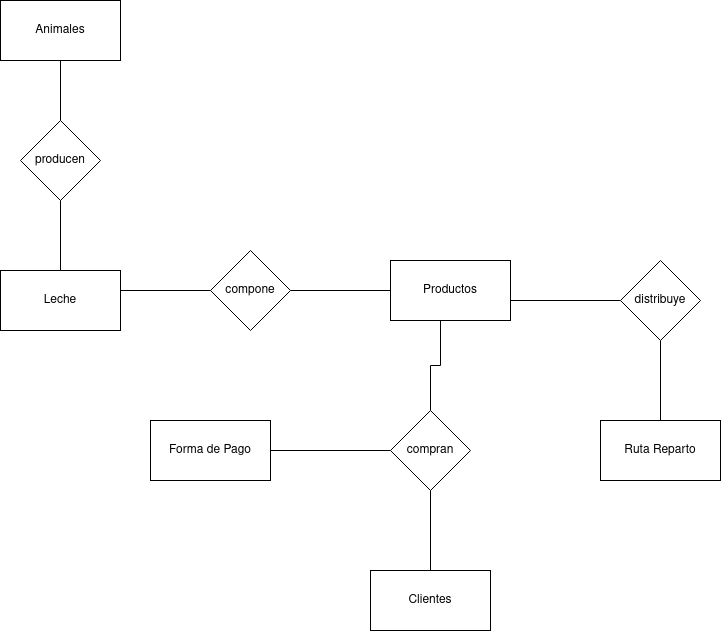
This is diagramas/granjaApp.drawio.png from JoseMariaRuizDAM/PGL_JoseMa, a draw.io export, as it was before one commit. Source tidied: cells renumbered, new cells last; positions are measured from the earlier drawing's top-left corner, leaving out a move shared by most shapes.
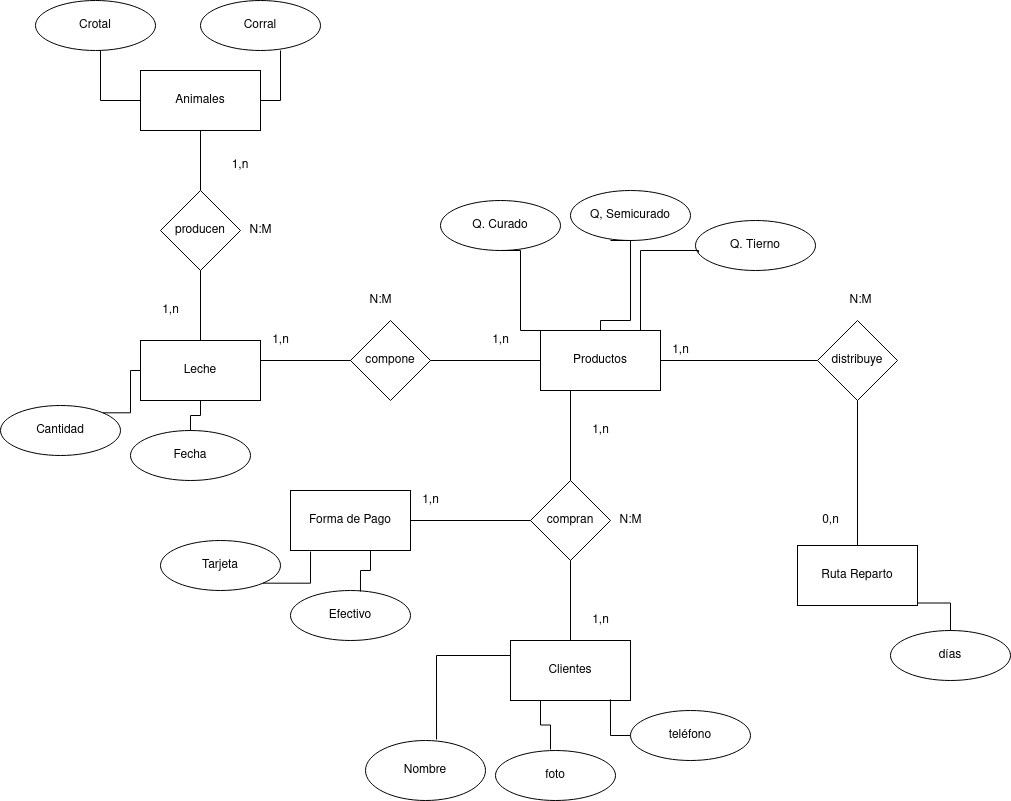
Above is the later version.

Diff of the diagram source:
```diff
@@ -8,8 +8,11 @@
     <mxCell id="3" value="Leche" style="rounded=0;whiteSpace=wrap;html=1;" parent="1" vertex="1">
       <mxGeometry y="270" width="120" height="60" as="geometry" />
     </mxCell>
+    <mxCell id="21" style="edgeStyle=orthogonalEdgeStyle;rounded=0;jettySize=auto;html=1;exitX=1;exitY=0.5;exitDx=0;exitDy=0;endArrow=none;endFill=0;" parent="1" edge="1" source="4" target="11">
+      <mxGeometry relative="1" as="geometry" />
+    </mxCell>
     <mxCell id="4" value="Productos" style="rounded=0;whiteSpace=wrap;html=1;" parent="1" vertex="1">
-      <mxGeometry x="390" y="260" width="120" height="60" as="geometry" />
+      <mxGeometry x="400" y="260" width="120" height="60" as="geometry" />
     </mxCell>
     <mxCell id="5" value="Clientes" style="rounded=0;whiteSpace=wrap;html=1;" parent="1" vertex="1">
       <mxGeometry x="370" y="570" width="120" height="60" as="geometry" />
@@ -18,7 +21,7 @@
       <mxGeometry x="150" y="420" width="120" height="60" as="geometry" />
     </mxCell>
     <mxCell id="7" value="Ruta Reparto" style="rounded=0;whiteSpace=wrap;html=1;" parent="1" vertex="1">
-      <mxGeometry x="600" y="420" width="120" height="60" as="geometry" />
+      <mxGeometry x="657" y="475" width="120" height="60" as="geometry" />
     </mxCell>
     <mxCell id="8" value="producen" style="rhombus;whiteSpace=wrap;html=1;" parent="1" vertex="1">
       <mxGeometry x="20" y="120" width="80" height="80" as="geometry" />
@@ -29,8 +32,11 @@
     <mxCell id="10" value="compran" style="rhombus;whiteSpace=wrap;html=1;" parent="1" vertex="1">
       <mxGeometry x="390" y="410" width="80" height="80" as="geometry" />
     </mxCell>
+    <mxCell id="22" style="edgeStyle=orthogonalEdgeStyle;rounded=0;jettySize=auto;html=1;exitX=0.5;exitY=1;exitDx=0;exitDy=0;endArrow=none;endFill=0;" parent="1" edge="1" source="11" target="7">
+      <mxGeometry relative="1" as="geometry" />
+    </mxCell>
     <mxCell id="11" value="distribuye" style="rhombus;whiteSpace=wrap;html=1;" parent="1" vertex="1">
-      <mxGeometry x="620" y="260" width="80" height="80" as="geometry" />
+      <mxGeometry x="677" y="250" width="80" height="80" as="geometry" />
     </mxCell>
     <mxCell id="12" style="endArrow=none;html=1;rounded=0;edgeStyle=orthogonalEdgeStyle;" parent="1" edge="1" source="8">
       <mxGeometry relative="1" as="geometry">
@@ -47,19 +53,15 @@
         <mxPoint x="120" y="290" as="targetPoint" />
       </mxGeometry>
     </mxCell>
-    <mxCell id="15" style="endArrow=none;html=1;rounded=0;edgeStyle=orthogonalEdgeStyle;exitX=1;exitY=0.5;exitDx=0;exitDy=0;" parent="1" edge="1" source="9">
-      <mxGeometry relative="1" as="geometry">
-        <mxPoint x="390" y="290" as="targetPoint" />
-      </mxGeometry>
+    <mxCell id="15" style="endArrow=none;html=1;rounded=0;edgeStyle=orthogonalEdgeStyle;exitX=1;exitY=0.5;exitDx=0;exitDy=0;entryX=0;entryY=0.5;entryDx=0;entryDy=0;" parent="1" edge="1" source="9" target="4">
+      <mxGeometry relative="1" as="geometry" />
     </mxCell>
-    <mxCell id="16" style="endArrow=none;html=1;rounded=0;edgeStyle=orthogonalEdgeStyle;" parent="1" edge="1" target="11">
-      <mxGeometry relative="1" as="geometry">
-        <mxPoint x="510" y="300" as="sourcePoint" />
-      </mxGeometry>
-    </mxCell>
     <mxCell id="17" style="endArrow=none;html=1;rounded=0;edgeStyle=orthogonalEdgeStyle;" parent="1" edge="1" source="10">
       <mxGeometry relative="1" as="geometry">
         <mxPoint x="440" y="320" as="targetPoint" />
+        <Array as="points">
+          <mxPoint x="430" y="320" />
+        </Array>
       </mxGeometry>
     </mxCell>
     <mxCell id="18" style="endArrow=none;html=1;rounded=0;edgeStyle=orthogonalEdgeStyle;" parent="1" edge="1" target="10">
@@ -70,10 +72,154 @@
     <mxCell id="19" style="endArrow=none;html=1;rounded=0;edgeStyle=orthogonalEdgeStyle;exitX=0.5;exitY=1;exitDx=0;exitDy=0;" parent="1" edge="1" source="10" target="5">
       <mxGeometry relative="1" as="geometry" />
     </mxCell>
-    <mxCell id="20" style="endArrow=none;html=1;rounded=0;edgeStyle=orthogonalEdgeStyle;" parent="1" edge="1" source="7">
-      <mxGeometry relative="1" as="geometry">
-        <mxPoint x="660" y="340" as="targetPoint" />
-      </mxGeometry>
-    </mxCell>
+    <mxCell id="23" value="N:M" style="text;html=1;align=center;verticalAlign=middle;strokeColor=none;fillColor=none;" parent="1" vertex="1">
+      <mxGeometry x="100" y="150" width="40" height="20" as="geometry" />
+    </mxCell>
+    <mxCell id="24" value="1,n" style="text;html=1;strokeColor=none;fillColor=none;align=center;verticalAlign=middle;whiteSpace=wrap;rounded=0;" parent="1" vertex="1">
+      <mxGeometry x="70" y="80" width="60" height="30" as="geometry" />
+    </mxCell>
+    <mxCell id="25" value="1,n" style="text;html=1;align=center;verticalAlign=middle;strokeColor=none;fillColor=none;" parent="1" vertex="1">
+      <mxGeometry x="15" y="230" width="30" height="20" as="geometry" />
+    </mxCell>
+    <mxCell id="26" value="&lt;div&gt;1,n&lt;/div&gt;" style="text;html=1;align=center;verticalAlign=middle;strokeColor=none;fillColor=none;" parent="1" vertex="1">
+      <mxGeometry x="125" y="260" width="30" height="20" as="geometry" />
+    </mxCell>
+    <mxCell id="27" value="&lt;div&gt;1,n&lt;/div&gt;" style="text;html=1;align=center;verticalAlign=middle;strokeColor=none;fillColor=none;" parent="1" vertex="1">
+      <mxGeometry x="345" y="260" width="30" height="20" as="geometry" />
+    </mxCell>
+    <mxCell id="28" value="N:M" style="text;html=1;align=center;verticalAlign=middle;strokeColor=none;fillColor=none;" parent="1" vertex="1">
+      <mxGeometry x="220" y="220" width="40" height="20" as="geometry" />
+    </mxCell>
+    <mxCell id="29" value="1,n" style="text;html=1;align=center;verticalAlign=middle;strokeColor=none;fillColor=none;" parent="1" vertex="1">
+      <mxGeometry x="525" y="270" width="30" height="20" as="geometry" />
+    </mxCell>
+    <mxCell id="30" value="N:M" style="text;html=1;align=center;verticalAlign=middle;strokeColor=none;fillColor=none;" parent="1" vertex="1">
+      <mxGeometry x="700" y="220" width="40" height="20" as="geometry" />
+    </mxCell>
+    <mxCell id="31" value="0,n" style="text;html=1;align=center;verticalAlign=middle;strokeColor=none;fillColor=none;" parent="1" vertex="1">
+      <mxGeometry x="675" y="440" width="30" height="20" as="geometry" />
+    </mxCell>
+    <mxCell id="32" value="1,n" style="text;html=1;align=center;verticalAlign=middle;strokeColor=none;fillColor=none;" parent="1" vertex="1">
+      <mxGeometry x="275" y="420" width="30" height="20" as="geometry" />
+    </mxCell>
+    <mxCell id="33" value="N:M" style="text;html=1;align=center;verticalAlign=middle;strokeColor=none;fillColor=none;" parent="1" vertex="1">
+      <mxGeometry x="470" y="440" width="40" height="20" as="geometry" />
+    </mxCell>
+    <mxCell id="34" value="1,n" style="text;html=1;align=center;verticalAlign=middle;strokeColor=none;fillColor=none;" parent="1" vertex="1">
+      <mxGeometry x="445" y="350" width="30" height="20" as="geometry" />
+    </mxCell>
+    <mxCell id="35" value="1,n" style="text;html=1;align=center;verticalAlign=middle;strokeColor=none;fillColor=none;" parent="1" vertex="1">
+      <mxGeometry x="445" y="540" width="30" height="20" as="geometry" />
+    </mxCell>
+    <mxCell id="36" value="Crotal" style="ellipse;whiteSpace=wrap;html=1;" parent="1" vertex="1">
+      <mxGeometry x="-105" y="-70" width="120" height="50" as="geometry" />
+    </mxCell>
+    <mxCell id="37" value="Cantidad" style="ellipse;whiteSpace=wrap;html=1;" parent="1" vertex="1">
+      <mxGeometry x="-140" y="335" width="120" height="50" as="geometry" />
+    </mxCell>
+    <mxCell id="38" value="Fecha" style="ellipse;whiteSpace=wrap;html=1;" parent="1" vertex="1">
+      <mxGeometry x="-10" y="360" width="120" height="50" as="geometry" />
+    </mxCell>
+    <mxCell id="39" value="&lt;div&gt;Tarjeta&lt;/div&gt;" style="ellipse;whiteSpace=wrap;html=1;" parent="1" vertex="1">
+      <mxGeometry x="20" y="470" width="120" height="50" as="geometry" />
+    </mxCell>
+    <mxCell id="40" value="Efectivo" style="ellipse;whiteSpace=wrap;html=1;" parent="1" vertex="1">
+      <mxGeometry x="150" y="520" width="120" height="50" as="geometry" />
+    </mxCell>
+    <mxCell id="41" value="Q. Curado" style="ellipse;whiteSpace=wrap;html=1;" parent="1" vertex="1">
+      <mxGeometry x="300" y="130" width="120" height="50" as="geometry" />
+    </mxCell>
+    <mxCell id="42" value="foto" style="ellipse;whiteSpace=wrap;html=1;" parent="1" vertex="1">
+      <mxGeometry x="355" y="680" width="120" height="50" as="geometry" />
+    </mxCell>
+    <mxCell id="43" value="&lt;div&gt;teléfono&lt;/div&gt;" style="ellipse;whiteSpace=wrap;html=1;" parent="1" vertex="1">
+      <mxGeometry x="490" y="640" width="120" height="50" as="geometry" />
+    </mxCell>
+    <mxCell id="44" value="&lt;div&gt;días&lt;/div&gt;" style="ellipse;whiteSpace=wrap;html=1;" parent="1" vertex="1">
+      <mxGeometry x="750" y="560" width="120" height="50" as="geometry" />
+    </mxCell>
+    <mxCell id="45" value="Q, Semicurado" style="ellipse;whiteSpace=wrap;html=1;" parent="1" vertex="1">
+      <mxGeometry x="430" y="120" width="120" height="50" as="geometry" />
+    </mxCell>
+    <mxCell id="46" value="&lt;div&gt;Q. Tierno&lt;/div&gt;" style="ellipse;whiteSpace=wrap;html=1;" parent="1" vertex="1">
+      <mxGeometry x="555" y="150" width="120" height="50" as="geometry" />
+    </mxCell>
+    <mxCell id="47" value="Corral" style="ellipse;whiteSpace=wrap;html=1;" parent="1" vertex="1">
+      <mxGeometry x="60" y="-70" width="120" height="50" as="geometry" />
+    </mxCell>
+    <mxCell id="48" value="Nombre" style="ellipse;whiteSpace=wrap;html=1;" parent="1" vertex="1">
+      <mxGeometry x="225" y="670" width="120" height="60" as="geometry" />
+    </mxCell>
+    <mxCell id="49" style="endArrow=none;html=1;rounded=0;edgeStyle=orthogonalEdgeStyle;exitX=0.583;exitY=0.02;exitDx=0;exitDy=0;exitPerimeter=0;" parent="1" edge="1" source="40">
+      <mxGeometry relative="1" as="geometry">
+        <mxPoint x="230" y="480" as="targetPoint" />
+      </mxGeometry>
+    </mxCell>
+    <mxCell id="50" style="endArrow=none;html=1;rounded=0;edgeStyle=orthogonalEdgeStyle;exitX=1;exitY=1;exitDx=0;exitDy=0;entryX=0.167;entryY=1.017;entryDx=0;entryDy=0;entryPerimeter=0;" parent="1" edge="1" source="39" target="6">
+      <mxGeometry relative="1" as="geometry" />
+    </mxCell>
+    <mxCell id="51" style="endArrow=none;html=1;rounded=0;edgeStyle=orthogonalEdgeStyle;" parent="1" edge="1" source="38">
+      <mxGeometry relative="1" as="geometry">
+        <mxPoint x="60" y="330" as="targetPoint" />
+      </mxGeometry>
+    </mxCell>
+    <mxCell id="52" style="endArrow=none;html=1;rounded=0;edgeStyle=orthogonalEdgeStyle;entryX=0;entryY=0.5;entryDx=0;entryDy=0;exitX=1;exitY=0;exitDx=0;exitDy=0;" parent="1" edge="1" source="37" target="3">
+      <mxGeometry relative="1" as="geometry" />
+    </mxCell>
+    <mxCell id="53" style="endArrow=none;html=1;rounded=0;edgeStyle=orthogonalEdgeStyle;" parent="1" edge="1" source="2">
+      <mxGeometry relative="1" as="geometry">
+        <mxPoint x="-40" y="-20" as="targetPoint" />
+      </mxGeometry>
+    </mxCell>
+    <mxCell id="54" style="endArrow=none;html=1;rounded=0;edgeStyle=orthogonalEdgeStyle;exitX=1;exitY=0.5;exitDx=0;exitDy=0;" parent="1" edge="1" source="2">
+      <mxGeometry relative="1" as="geometry">
+        <mxPoint x="140" y="-20" as="targetPoint" />
+      </mxGeometry>
+    </mxCell>
+    <mxCell id="55" style="endArrow=none;html=1;rounded=0;edgeStyle=orthogonalEdgeStyle;exitX=0.183;exitY=0;exitDx=0;exitDy=0;exitPerimeter=0;entryX=0.5;entryY=1;entryDx=0;entryDy=0;" parent="1" edge="1" source="4" target="41">
+      <mxGeometry relative="1" as="geometry">
+        <Array as="points">
+          <mxPoint x="380" y="260" />
+          <mxPoint x="380" y="180" />
+        </Array>
+      </mxGeometry>
+    </mxCell>
+    <mxCell id="56" style="endArrow=none;html=1;rounded=0;edgeStyle=orthogonalEdgeStyle;exitX=0.5;exitY=0;exitDx=0;exitDy=0;entryX=0.5;entryY=1;entryDx=0;entryDy=0;" parent="1" edge="1" source="4">
+      <mxGeometry relative="1" as="geometry">
+        <mxPoint x="470" y="170" as="targetPoint" />
+        <Array as="points">
+          <mxPoint x="460" y="250" />
+          <mxPoint x="490" y="250" />
+          <mxPoint x="490" y="170" />
+        </Array>
+      </mxGeometry>
+    </mxCell>
+    <mxCell id="57" style="endArrow=none;html=1;rounded=0;edgeStyle=orthogonalEdgeStyle;entryX=0.025;entryY=0.64;entryDx=0;entryDy=0;entryPerimeter=0;" parent="1" edge="1" target="46">
+      <mxGeometry relative="1" as="geometry">
+        <mxPoint x="490" y="260" as="sourcePoint" />
+        <Array as="points">
+          <mxPoint x="470" y="260" />
+          <mxPoint x="500" y="260" />
+          <mxPoint x="500" y="180" />
+          <mxPoint x="540" y="180" />
+        </Array>
+      </mxGeometry>
+    </mxCell>
+    <mxCell id="58" style="endArrow=none;html=1;rounded=0;edgeStyle=orthogonalEdgeStyle;entryX=0.5;entryY=0;entryDx=0;entryDy=0;" parent="1" edge="1" target="44">
+      <mxGeometry relative="1" as="geometry">
+        <mxPoint x="777" y="505" as="sourcePoint" />
+      </mxGeometry>
+    </mxCell>
+    <mxCell id="59" style="endArrow=none;html=1;rounded=0;edgeStyle=orthogonalEdgeStyle;entryX=0.592;entryY=-0.017;entryDx=0;entryDy=0;entryPerimeter=0;exitX=0;exitY=0.25;exitDx=0;exitDy=0;" parent="1" edge="1" source="5" target="48">
+      <mxGeometry relative="1" as="geometry" />
+    </mxCell>
+    <mxCell id="60" style="endArrow=none;html=1;rounded=0;edgeStyle=orthogonalEdgeStyle;exitX=0.25;exitY=1;exitDx=0;exitDy=0;" parent="1" edge="1" source="5">
+      <mxGeometry relative="1" as="geometry">
+        <mxPoint x="410" y="679" as="targetPoint" />
+      </mxGeometry>
+    </mxCell>
+    <mxCell id="61" style="endArrow=none;html=1;rounded=0;edgeStyle=orthogonalEdgeStyle;exitX=0.833;exitY=0.983;exitDx=0;exitDy=0;exitPerimeter=0;entryX=0;entryY=0.5;entryDx=0;entryDy=0;" parent="1" edge="1" source="5" target="43">
+      <mxGeometry relative="1" as="geometry" />
+    </mxCell>
   </root>
 </mxGraphModel>
```
